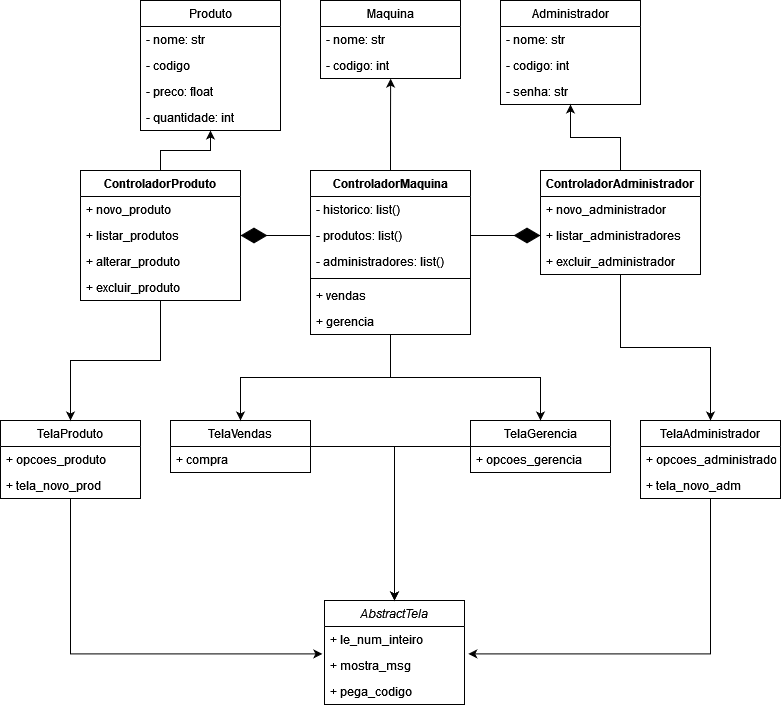
The draw.io diagram trab1.drawio.png in AlliConstantino/maquina_de_vendas, before a commit. Source tidied: cells renumbered, new cells last; positions are measured from the earlier drawing's top-left corner, leaving out a move shared by most shapes.
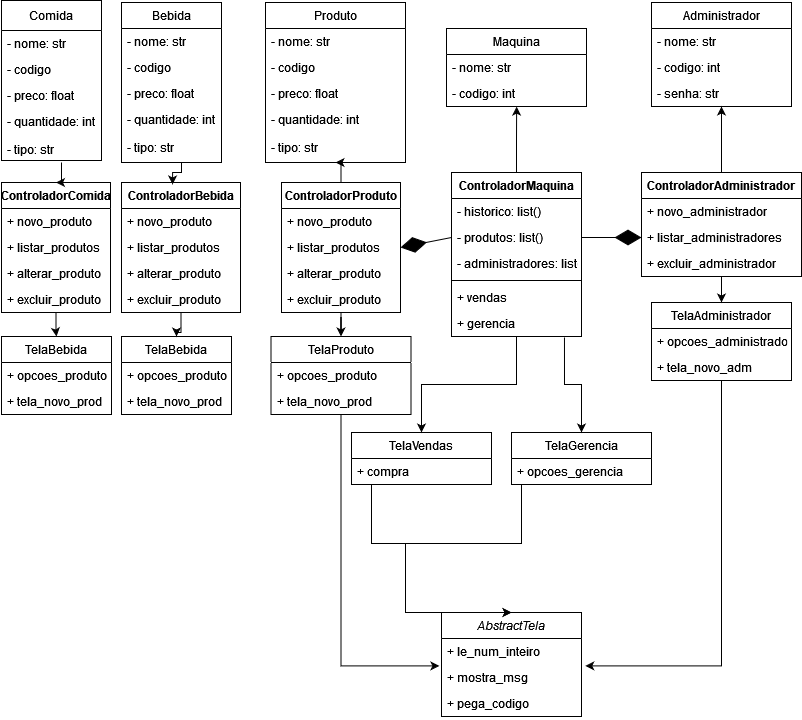
After the commit.

Commit message:
Trab 1 atualizado

The edit, as a diff of the source:
```diff
@@ -3,7 +3,7 @@
     <mxCell id="0" />
     <mxCell id="1" parent="0" />
     <mxCell id="2" value="Produto" style="swimlane;fontStyle=0;horizontal=1;startSize=26;fillColor=none;" parent="1" vertex="1">
-      <mxGeometry x="140" width="140" height="130" as="geometry" />
+      <mxGeometry x="254" width="140" height="160" as="geometry" />
     </mxCell>
     <mxCell id="3" value="- nome: str" style="text;strokeColor=none;fillColor=none;align=left;verticalAlign=top;spacingLeft=4;spacingRight=4;overflow=hidden;" parent="2" vertex="1">
       <mxGeometry y="26" width="140" height="26" as="geometry" />
@@ -14,11 +14,11 @@
     <mxCell id="5" value="- preco: float" style="text;strokeColor=none;fillColor=none;align=left;verticalAlign=top;spacingLeft=4;spacingRight=4;overflow=hidden;" parent="2" vertex="1">
       <mxGeometry y="78" width="140" height="26" as="geometry" />
     </mxCell>
-    <mxCell id="6" value="- quantidade: int" style="text;strokeColor=none;fillColor=none;align=left;verticalAlign=top;spacingLeft=4;spacingRight=4;overflow=hidden;" parent="2" vertex="1">
-      <mxGeometry y="104" width="140" height="26" as="geometry" />
+    <mxCell id="6" value="- quantidade: int&#10;&#10;- tipo: str" style="text;strokeColor=none;fillColor=none;align=left;verticalAlign=top;spacingLeft=4;spacingRight=4;overflow=hidden;" parent="2" vertex="1">
+      <mxGeometry y="104" width="140" height="56" as="geometry" />
     </mxCell>
     <mxCell id="7" value="Maquina" style="swimlane;fontStyle=0;horizontal=1;startSize=26;fillColor=none;" parent="1" vertex="1">
-      <mxGeometry x="320" width="140" height="78" as="geometry" />
+      <mxGeometry x="435" y="26" width="140" height="78" as="geometry" />
     </mxCell>
     <mxCell id="8" value="- nome: str" style="text;strokeColor=none;fillColor=none;align=left;verticalAlign=top;spacingLeft=4;spacingRight=4;overflow=hidden;" parent="7" vertex="1">
       <mxGeometry y="26" width="140" height="26" as="geometry" />
@@ -27,7 +27,7 @@
       <mxGeometry y="52" width="140" height="26" as="geometry" />
     </mxCell>
     <mxCell id="10" value="Administrador" style="swimlane;fontStyle=0;horizontal=1;startSize=26;fillColor=none;" parent="1" vertex="1">
-      <mxGeometry x="500" width="140" height="104" as="geometry" />
+      <mxGeometry x="640" width="140" height="104" as="geometry" />
     </mxCell>
     <mxCell id="11" value="- nome: str" style="text;strokeColor=none;fillColor=none;align=left;verticalAlign=top;spacingLeft=4;spacingRight=4;overflow=hidden;" parent="10" vertex="1">
       <mxGeometry y="26" width="140" height="26" as="geometry" />
@@ -44,29 +44,29 @@
     <mxCell id="15" style="edgeStyle=orthogonalEdgeStyle;rounded=0;jettySize=auto;html=1;entryX=0.5;entryY=0;entryDx=0;entryDy=0;" parent="1" edge="1" source="17" target="38">
       <mxGeometry relative="1" as="geometry" />
     </mxCell>
-    <mxCell id="16" style="edgeStyle=orthogonalEdgeStyle;rounded=0;jettySize=auto;html=1;entryX=0.5;entryY=0;entryDx=0;entryDy=0;" parent="1" edge="1" source="17" target="41">
+    <mxCell id="16" style="edgeStyle=orthogonalEdgeStyle;rounded=0;jettySize=auto;html=1;entryX=0.5;entryY=0;entryDx=0;entryDy=0;exitX=0.869;exitY=1.038;exitDx=0;exitDy=0;exitPerimeter=0;" parent="1" edge="1" source="23" target="41">
       <mxGeometry relative="1" as="geometry" />
     </mxCell>
     <mxCell id="17" value="ControladorMaquina" style="swimlane;fontStyle=1;align=center;verticalAlign=top;horizontal=1;startSize=26;" parent="1" vertex="1">
-      <mxGeometry x="310" y="170" width="160" height="164" as="geometry" />
+      <mxGeometry x="440" y="170" width="130" height="164" as="geometry" />
     </mxCell>
     <mxCell id="18" value="- historico: list()" style="text;strokeColor=none;fillColor=none;align=left;verticalAlign=top;spacingLeft=4;spacingRight=4;overflow=hidden;" parent="17" vertex="1">
-      <mxGeometry y="26" width="160" height="26" as="geometry" />
+      <mxGeometry y="26" width="130" height="26" as="geometry" />
     </mxCell>
     <mxCell id="19" value="- produtos: list()" style="text;strokeColor=none;fillColor=none;align=left;verticalAlign=top;spacingLeft=4;spacingRight=4;overflow=hidden;points=[[0,0.5],[1,0.5]];portConstraint=eastwest;" parent="17" vertex="1">
-      <mxGeometry y="52" width="160" height="26" as="geometry" />
+      <mxGeometry y="52" width="130" height="26" as="geometry" />
     </mxCell>
     <mxCell id="20" value="- administradores: list()" style="text;strokeColor=none;fillColor=none;align=left;verticalAlign=top;spacingLeft=4;spacingRight=4;overflow=hidden;" parent="17" vertex="1">
-      <mxGeometry y="78" width="160" height="26" as="geometry" />
+      <mxGeometry y="78" width="130" height="26" as="geometry" />
     </mxCell>
     <mxCell id="21" style="line;strokeWidth=1;fillColor=none;align=left;verticalAlign=middle;spacingTop=-1;spacingLeft=3;spacingRight=3;labelPosition=right;strokeColor=inherit;" parent="17" vertex="1">
-      <mxGeometry y="104" width="160" height="8" as="geometry" />
+      <mxGeometry y="104" width="130" height="8" as="geometry" />
     </mxCell>
     <mxCell id="22" value="+ vendas" style="text;strokeColor=none;fillColor=none;align=left;verticalAlign=top;spacingLeft=4;spacingRight=4;overflow=hidden;" parent="17" vertex="1">
-      <mxGeometry y="112" width="160" height="26" as="geometry" />
+      <mxGeometry y="112" width="130" height="26" as="geometry" />
     </mxCell>
     <mxCell id="23" value="+ gerencia" style="text;strokeColor=none;fillColor=none;align=left;verticalAlign=top;spacingLeft=4;spacingRight=4;overflow=hidden;points=[[0,0.5],[1,0.5]];portConstraint=eastwest;" parent="17" vertex="1">
-      <mxGeometry y="138" width="160" height="26" as="geometry" />
+      <mxGeometry y="138" width="130" height="26" as="geometry" />
     </mxCell>
     <mxCell id="24" style="edgeStyle=orthogonalEdgeStyle;rounded=0;jettySize=auto;html=1;entryX=0.5;entryY=1;entryDx=0;entryDy=0;" parent="1" edge="1" source="26" target="2">
       <mxGeometry relative="1" as="geometry" />
@@ -75,19 +75,19 @@
       <mxGeometry relative="1" as="geometry" />
     </mxCell>
     <mxCell id="26" value="ControladorProduto" style="swimlane;fontStyle=1;align=center;verticalAlign=top;horizontal=1;startSize=26;" parent="1" vertex="1">
-      <mxGeometry x="80" y="170" width="160" height="130" as="geometry" />
+      <mxGeometry x="270" y="180" width="119" height="130" as="geometry" />
     </mxCell>
     <mxCell id="27" value="+ novo_produto" style="text;strokeColor=none;fillColor=none;align=left;verticalAlign=top;spacingLeft=4;spacingRight=4;overflow=hidden;" parent="26" vertex="1">
-      <mxGeometry y="26" width="160" height="26" as="geometry" />
+      <mxGeometry y="26" width="119" height="26" as="geometry" />
     </mxCell>
     <mxCell id="28" value="+ listar_produtos" style="text;strokeColor=none;fillColor=none;align=left;verticalAlign=top;spacingLeft=4;spacingRight=4;overflow=hidden;points=[[0,0.5],[1,0.5]];portConstraint=eastwest;" parent="26" vertex="1">
-      <mxGeometry y="52" width="160" height="26" as="geometry" />
+      <mxGeometry y="52" width="119" height="26" as="geometry" />
     </mxCell>
     <mxCell id="29" value="+ alterar_produto" style="text;strokeColor=none;fillColor=none;align=left;verticalAlign=top;spacingLeft=4;spacingRight=4;overflow=hidden;" parent="26" vertex="1">
-      <mxGeometry y="78" width="160" height="26" as="geometry" />
+      <mxGeometry y="78" width="119" height="26" as="geometry" />
     </mxCell>
     <mxCell id="30" value="+ excluir_produto" style="text;strokeColor=none;fillColor=none;align=left;verticalAlign=top;spacingLeft=4;spacingRight=4;overflow=hidden;" parent="26" vertex="1">
-      <mxGeometry y="104" width="160" height="26" as="geometry" />
+      <mxGeometry y="104" width="119" height="26" as="geometry" />
     </mxCell>
     <mxCell id="31" style="edgeStyle=orthogonalEdgeStyle;rounded=0;jettySize=auto;html=1;entryX=0.5;entryY=1;entryDx=0;entryDy=0;" parent="1" edge="1" source="33" target="10">
       <mxGeometry relative="1" as="geometry" />
@@ -96,7 +96,7 @@
       <mxGeometry relative="1" as="geometry" />
     </mxCell>
     <mxCell id="33" value="ControladorAdministrador" style="swimlane;fontStyle=1;align=center;verticalAlign=top;horizontal=1;startSize=26;" parent="1" vertex="1">
-      <mxGeometry x="540" y="170" width="160" height="104" as="geometry" />
+      <mxGeometry x="630" y="170" width="160" height="104" as="geometry" />
     </mxCell>
     <mxCell id="34" value="+ novo_administrador" style="text;strokeColor=none;fillColor=none;align=left;verticalAlign=top;spacingLeft=4;spacingRight=4;overflow=hidden;" parent="33" vertex="1">
       <mxGeometry y="26" width="160" height="26" as="geometry" />
@@ -108,25 +108,35 @@
       <mxGeometry y="78" width="160" height="26" as="geometry" />
     </mxCell>
     <mxCell id="37" style="edgeStyle=orthogonalEdgeStyle;rounded=0;jettySize=auto;html=1;entryX=0.5;entryY=0;entryDx=0;entryDy=0;" parent="1" edge="1" source="38" target="43">
-      <mxGeometry relative="1" as="geometry" />
+      <mxGeometry relative="1" as="geometry">
+        <Array as="points">
+          <mxPoint x="360" y="541" />
+          <mxPoint x="394" y="541" />
+        </Array>
+      </mxGeometry>
     </mxCell>
     <mxCell id="38" value="TelaVendas" style="swimlane;fontStyle=0;horizontal=1;startSize=26;fillColor=none;" parent="1" vertex="1">
-      <mxGeometry x="170" y="420" width="140" height="52" as="geometry" />
+      <mxGeometry x="340" y="430" width="140" height="52" as="geometry" />
     </mxCell>
     <mxCell id="39" value="+ compra" style="text;strokeColor=none;fillColor=none;align=left;verticalAlign=top;spacingLeft=4;spacingRight=4;overflow=hidden;" parent="38" vertex="1">
       <mxGeometry y="26" width="140" height="26" as="geometry" />
     </mxCell>
     <mxCell id="40" style="edgeStyle=orthogonalEdgeStyle;rounded=0;jettySize=auto;html=1;entryX=0.5;entryY=0;entryDx=0;entryDy=0;" parent="1" edge="1" source="41" target="43">
-      <mxGeometry relative="1" as="geometry" />
+      <mxGeometry relative="1" as="geometry">
+        <Array as="points">
+          <mxPoint x="510" y="541" />
+          <mxPoint x="394" y="541" />
+        </Array>
+      </mxGeometry>
     </mxCell>
     <mxCell id="41" value="TelaGerencia" style="swimlane;fontStyle=0;horizontal=1;startSize=26;fillColor=none;" parent="1" vertex="1">
-      <mxGeometry x="470" y="420" width="140" height="52" as="geometry" />
+      <mxGeometry x="500" y="430" width="140" height="52" as="geometry" />
     </mxCell>
     <mxCell id="42" value="+ opcoes_gerencia" style="text;strokeColor=none;fillColor=none;align=left;verticalAlign=top;spacingLeft=4;spacingRight=4;overflow=hidden;" parent="41" vertex="1">
       <mxGeometry y="26" width="140" height="26" as="geometry" />
     </mxCell>
     <mxCell id="43" value="AbstractTela" style="swimlane;fontStyle=2;horizontal=1;startSize=26;fillColor=none;" parent="1" vertex="1">
-      <mxGeometry x="324" y="600" width="140" height="104" as="geometry" />
+      <mxGeometry x="430" y="610" width="140" height="104" as="geometry" />
     </mxCell>
     <mxCell id="44" value="+ le_num_inteiro" style="text;strokeColor=none;fillColor=none;align=left;verticalAlign=top;spacingLeft=4;spacingRight=4;overflow=hidden;" parent="43" vertex="1">
       <mxGeometry y="26" width="140" height="26" as="geometry" />
@@ -141,7 +151,7 @@
       <mxGeometry relative="1" as="geometry" />
     </mxCell>
     <mxCell id="48" value="TelaAdministrador" style="swimlane;fontStyle=0;horizontal=1;startSize=26;fillColor=none;" parent="1" vertex="1">
-      <mxGeometry x="640" y="420" width="140" height="78" as="geometry" />
+      <mxGeometry x="640" y="300" width="140" height="78" as="geometry" />
     </mxCell>
     <mxCell id="49" value="+ opcoes_administrador" style="text;strokeColor=none;fillColor=none;align=left;verticalAlign=top;spacingLeft=4;spacingRight=4;overflow=hidden;" parent="48" vertex="1">
       <mxGeometry y="26" width="140" height="26" as="geometry" />
@@ -153,7 +163,7 @@
       <mxGeometry relative="1" as="geometry" />
     </mxCell>
     <mxCell id="52" value="TelaProduto" style="swimlane;fontStyle=0;horizontal=1;startSize=26;fillColor=none;" parent="1" vertex="1">
-      <mxGeometry y="420" width="140" height="78" as="geometry" />
+      <mxGeometry x="259.5" y="334" width="140" height="78" as="geometry" />
     </mxCell>
     <mxCell id="53" value="+ opcoes_produto" style="text;strokeColor=none;fillColor=none;align=left;verticalAlign=top;spacingLeft=4;spacingRight=4;overflow=hidden;" parent="52" vertex="1">
       <mxGeometry y="26" width="140" height="26" as="geometry" />
@@ -167,5 +177,106 @@
     <mxCell id="56" style="endArrow=diamondThin;endFill=1;endSize=24;html=1;rounded=0;entryX=0;entryY=0.5;entryDx=0;entryDy=0;exitX=1;exitY=0.5;exitDx=0;exitDy=0;" parent="1" edge="1" source="19" target="35">
       <mxGeometry relative="1" as="geometry" />
     </mxCell>
+    <mxCell id="57" value="Bebida" style="swimlane;fontStyle=0;horizontal=1;startSize=26;fillColor=none;" parent="1" vertex="1">
+      <mxGeometry x="110" width="100" height="160" as="geometry" />
+    </mxCell>
+    <mxCell id="58" value="- nome: str" style="text;strokeColor=none;fillColor=none;align=left;verticalAlign=top;spacingLeft=4;spacingRight=4;overflow=hidden;" parent="57" vertex="1">
+      <mxGeometry y="26" width="100" height="26" as="geometry" />
+    </mxCell>
+    <mxCell id="59" value="- codigo" style="text;strokeColor=none;fillColor=none;align=left;verticalAlign=top;spacingLeft=4;spacingRight=4;overflow=hidden;" parent="57" vertex="1">
+      <mxGeometry y="52" width="100" height="26" as="geometry" />
+    </mxCell>
+    <mxCell id="60" value="- preco: float" style="text;strokeColor=none;fillColor=none;align=left;verticalAlign=top;spacingLeft=4;spacingRight=4;overflow=hidden;" parent="57" vertex="1">
+      <mxGeometry y="78" width="100" height="26" as="geometry" />
+    </mxCell>
+    <mxCell id="61" value="- quantidade: int&#10;&#10;- tipo: str" style="text;strokeColor=none;fillColor=none;align=left;verticalAlign=top;spacingLeft=4;spacingRight=4;overflow=hidden;" parent="57" vertex="1">
+      <mxGeometry y="104" width="100" height="56" as="geometry" />
+    </mxCell>
+    <mxCell id="62" value="Comida" style="swimlane;fontStyle=0;horizontal=1;startSize=30;fillColor=none;" parent="1" vertex="1">
+      <mxGeometry x="-10" y="-2" width="100" height="160" as="geometry" />
+    </mxCell>
+    <mxCell id="63" value="- nome: str" style="text;strokeColor=none;fillColor=none;align=left;verticalAlign=top;spacingLeft=4;spacingRight=4;overflow=hidden;" parent="62" vertex="1">
+      <mxGeometry y="30" width="100" height="26" as="geometry" />
+    </mxCell>
+    <mxCell id="64" value="- codigo" style="text;strokeColor=none;fillColor=none;align=left;verticalAlign=top;spacingLeft=4;spacingRight=4;overflow=hidden;" parent="62" vertex="1">
+      <mxGeometry y="56" width="100" height="26" as="geometry" />
+    </mxCell>
+    <mxCell id="65" value="- preco: float" style="text;strokeColor=none;fillColor=none;align=left;verticalAlign=top;spacingLeft=4;spacingRight=4;overflow=hidden;" parent="62" vertex="1">
+      <mxGeometry y="82" width="100" height="26" as="geometry" />
+    </mxCell>
+    <mxCell id="66" value="- quantidade: int&#10;&#10;- tipo: str" style="text;strokeColor=none;fillColor=none;align=left;verticalAlign=top;spacingLeft=4;spacingRight=4;overflow=hidden;" parent="62" vertex="1">
+      <mxGeometry y="108" width="100" height="52" as="geometry" />
+    </mxCell>
+    <mxCell id="67" value="ControladorBebida" style="swimlane;fontStyle=1;align=center;verticalAlign=top;horizontal=1;startSize=26;" parent="1" vertex="1">
+      <mxGeometry x="110" y="180" width="119" height="130" as="geometry" />
+    </mxCell>
+    <mxCell id="68" value="+ novo_produto" style="text;strokeColor=none;fillColor=none;align=left;verticalAlign=top;spacingLeft=4;spacingRight=4;overflow=hidden;" parent="67" vertex="1">
+      <mxGeometry y="26" width="119" height="26" as="geometry" />
+    </mxCell>
+    <mxCell id="69" value="+ listar_produtos" style="text;strokeColor=none;fillColor=none;align=left;verticalAlign=top;spacingLeft=4;spacingRight=4;overflow=hidden;" parent="67" vertex="1">
+      <mxGeometry y="52" width="119" height="26" as="geometry" />
+    </mxCell>
+    <mxCell id="70" value="+ alterar_produto" style="text;strokeColor=none;fillColor=none;align=left;verticalAlign=top;spacingLeft=4;spacingRight=4;overflow=hidden;" parent="67" vertex="1">
+      <mxGeometry y="78" width="119" height="26" as="geometry" />
+    </mxCell>
+    <mxCell id="71" value="+ excluir_produto" style="text;strokeColor=none;fillColor=none;align=left;verticalAlign=top;spacingLeft=4;spacingRight=4;overflow=hidden;" parent="67" vertex="1">
+      <mxGeometry y="104" width="119" height="26" as="geometry" />
+    </mxCell>
+    <mxCell id="72" value="ControladorComida" style="swimlane;fontStyle=1;align=center;verticalAlign=top;horizontal=1;startSize=26;" parent="1" vertex="1">
+      <mxGeometry x="-10" y="180" width="109" height="130" as="geometry" />
+    </mxCell>
+    <mxCell id="73" value="+ novo_produto" style="text;strokeColor=none;fillColor=none;align=left;verticalAlign=top;spacingLeft=4;spacingRight=4;overflow=hidden;" parent="72" vertex="1">
+      <mxGeometry y="26" width="109" height="26" as="geometry" />
+    </mxCell>
+    <mxCell id="74" value="+ listar_produtos" style="text;strokeColor=none;fillColor=none;align=left;verticalAlign=top;spacingLeft=4;spacingRight=4;overflow=hidden;" parent="72" vertex="1">
+      <mxGeometry y="52" width="109" height="26" as="geometry" />
+    </mxCell>
+    <mxCell id="75" value="+ alterar_produto" style="text;strokeColor=none;fillColor=none;align=left;verticalAlign=top;spacingLeft=4;spacingRight=4;overflow=hidden;" parent="72" vertex="1">
+      <mxGeometry y="78" width="109" height="26" as="geometry" />
+    </mxCell>
+    <mxCell id="76" value="+ excluir_produto" style="text;strokeColor=none;fillColor=none;align=left;verticalAlign=top;spacingLeft=4;spacingRight=4;overflow=hidden;" parent="72" vertex="1">
+      <mxGeometry y="104" width="109" height="26" as="geometry" />
+    </mxCell>
+    <mxCell id="77" value="TelaBebida" style="swimlane;fontStyle=0;horizontal=1;startSize=26;fillColor=none;" parent="1" vertex="1">
+      <mxGeometry x="-10" y="334" width="110" height="78" as="geometry" />
+    </mxCell>
+    <mxCell id="78" value="+ opcoes_produto" style="text;strokeColor=none;fillColor=none;align=left;verticalAlign=top;spacingLeft=4;spacingRight=4;overflow=hidden;" parent="77" vertex="1">
+      <mxGeometry y="26" width="110" height="26" as="geometry" />
+    </mxCell>
+    <mxCell id="79" value="+ tela_novo_prod" style="text;strokeColor=none;fillColor=none;align=left;verticalAlign=top;spacingLeft=4;spacingRight=4;overflow=hidden;" parent="77" vertex="1">
+      <mxGeometry y="52" width="110" height="26" as="geometry" />
+    </mxCell>
+    <mxCell id="80" value="TelaBebida" style="swimlane;fontStyle=0;horizontal=1;startSize=26;fillColor=none;" parent="1" vertex="1">
+      <mxGeometry x="110" y="334" width="110" height="78" as="geometry" />
+    </mxCell>
+    <mxCell id="81" value="+ opcoes_produto" style="text;strokeColor=none;fillColor=none;align=left;verticalAlign=top;spacingLeft=4;spacingRight=4;overflow=hidden;" parent="80" vertex="1">
+      <mxGeometry y="26" width="110" height="26" as="geometry" />
+    </mxCell>
+    <mxCell id="82" value="+ tela_novo_prod" style="text;strokeColor=none;fillColor=none;align=left;verticalAlign=top;spacingLeft=4;spacingRight=4;overflow=hidden;" parent="80" vertex="1">
+      <mxGeometry y="52" width="110" height="26" as="geometry" />
+    </mxCell>
+    <mxCell id="83" style="edgeStyle=orthogonalEdgeStyle;rounded=0;jettySize=auto;html=1;entryX=0.429;entryY=0.015;entryDx=0;entryDy=0;entryPerimeter=0;" parent="1" edge="1" target="67">
+      <mxGeometry relative="1" as="geometry">
+        <mxPoint x="170" y="160" as="sourcePoint" />
+        <Array as="points">
+          <mxPoint x="170" y="170" />
+          <mxPoint x="161" y="170" />
+        </Array>
+      </mxGeometry>
+    </mxCell>
+    <mxCell id="84" style="edgeStyle=orthogonalEdgeStyle;rounded=0;jettySize=auto;html=1;entryX=0.5;entryY=0;entryDx=0;entryDy=0;" parent="1" edge="1" target="72">
+      <mxGeometry relative="1" as="geometry">
+        <mxPoint x="50" y="160" as="sourcePoint" />
+        <Array as="points">
+          <mxPoint x="50" y="180" />
+        </Array>
+      </mxGeometry>
+    </mxCell>
+    <mxCell id="85" style="edgeStyle=orthogonalEdgeStyle;rounded=0;jettySize=auto;html=1;exitX=0.5;exitY=1;exitDx=0;exitDy=0;" parent="1" edge="1" source="67" target="80">
+      <mxGeometry relative="1" as="geometry" />
+    </mxCell>
+    <mxCell id="86" style="edgeStyle=orthogonalEdgeStyle;rounded=0;jettySize=auto;html=1;exitX=0.5;exitY=1;exitDx=0;exitDy=0;" parent="1" edge="1" source="72" target="77">
+      <mxGeometry relative="1" as="geometry" />
+    </mxCell>
   </root>
 </mxGraphModel>
```
